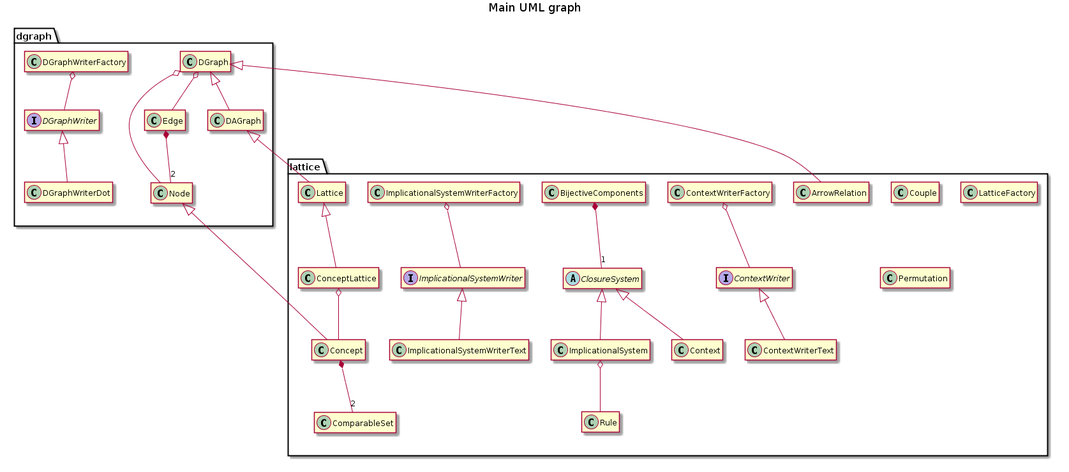
Earlier version of the PlantUML export api/UML.png (EstrellaRL/java-lattices).
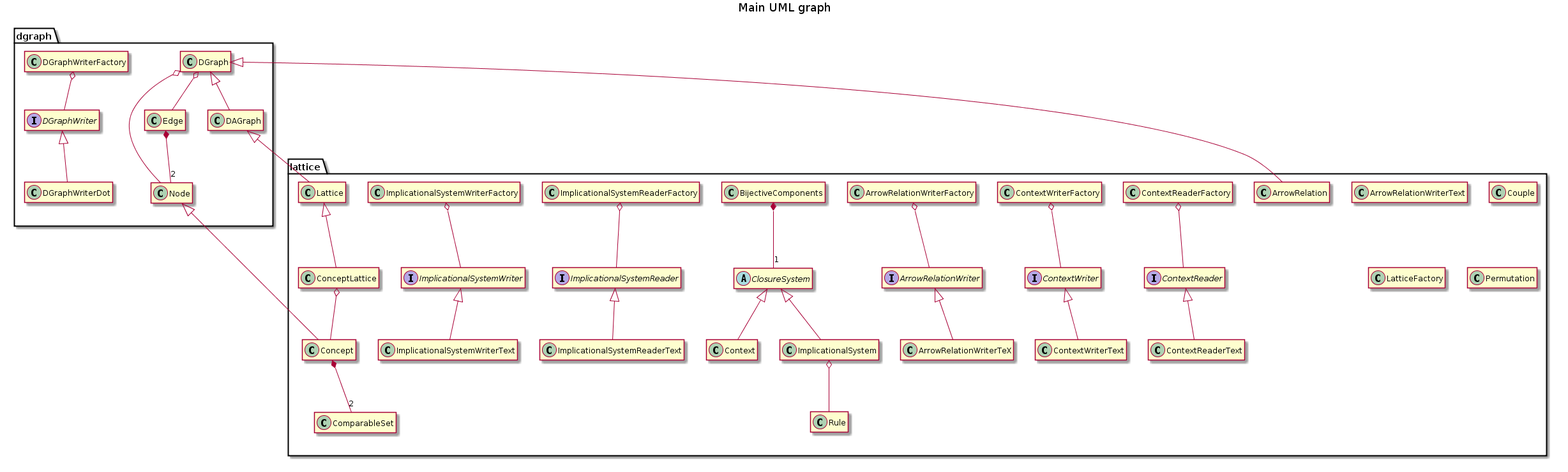
After the commit.

Change to the diagram source:
```diff
@@ -74,6 +74,16 @@
     }
 }
 package dgraph {
+    class DGraphWriterFactory {
+    	-{static}HashMap<String, DGraphWriter> writers
+        +{static}DGraphWriter register(DGraphWriter writer, String extension)
+        +{static}DGraphWriter unregister(String extension)
+        +{static}DGraphWriter get(String extension)
+    }
+
+    DGraphWriterFactory o-- DGraphWriter
+}
+package dgraph {
     class DGraphWriterDot {
     	-{static}DGraphWriterDot instance
         +void write(DGraph graph, BufferedWriter file)
@@ -82,16 +92,6 @@
     }
 
     DGraphWriter <|-- DGraphWriterDot
-}
-package dgraph {
-    class DGraphWriterFactory {
-    	-{static}HashMap<String, DGraphWriter> writers
-        +{static}DGraphWriter register(DGraphWriter writer, String extension)
-        +{static}DGraphWriter unregister(String extension)
-        +{static}DGraphWriter get(String extension)
-    }
-
-    DGraphWriterFactory o-- DGraphWriter
 }
 package dgraph {
     class Edge {
@@ -333,6 +333,36 @@
     ClosureSystem <|-- Context
 }
 package lattice {
+    interface ContextReader {
+        +void read(Context context, BufferedReader file)
+    }
+}
+package lattice {
+    class ContextReaderFactory {
+    	-{static}HashMap<String, ContextReader> readers
+        +{static}ContextReader register(ContextReader reader, String extension)
+        +{static}ContextReader unregister(String extension)
+        +{static}ContextReader get(String extension)
+    }
+
+    ContextReaderFactory o-- ContextReader
+}
+package lattice {
+    class ContextReaderText {
+    	-{static}ContextReaderText instance
+        +void read(Context context, BufferedReader file)
+        +{static}ContextReaderText getInstance()
+        +{static}void register()
+    }
+
+    ContextReader <|-- ContextReaderText
+}
+package lattice {
+    interface ContextWriter {
+        +void write(Context context, BufferedWriter file)
+    }
+}
+package lattice {
     class ContextWriterFactory {
     	-{static}HashMap<String, ContextWriter> writers
         +{static}ContextWriter register(ContextWriter writer, String extension)
@@ -341,11 +371,6 @@
     }
 
     ContextWriterFactory o-- ContextWriter
-}
-package lattice {
-    interface ContextWriter {
-        +void write(Context context, BufferedWriter file)
-    }
 }
 package lattice {
     class ContextWriterText {
@@ -366,6 +391,31 @@
     }
 
     DGraph <|-- ArrowRelation
+}
+package lattice {
+    interface ArrowRelationWriter {
+        +void write(ArrowRelation arrow, BufferedWriter file)
+    }
+}
+package lattice {
+    class ArrowRelationWriterFactory {
+    	-{static}HashMap<String, ArrowRelationWriter> writers
+        +{static}ArrowRelationWriter register(ArrowRelationWriter writer, String extension)
+        +{static}ArrowRelationWriter unregister(String extension)
+        +{static}ArrowRelationWriter get(String extension)
+    }
+
+    ArrowRelationWriterFactory o-- ArrowRelationWriter
+}
+package lattice {
+    class ArrowRelationWriterText {
+    	-{static}ArrowRelationWriterTeX instance
+        +void write(ArrowRelation arrow, BufferedWriter file)
+        +{static}ArrowRelationWriterTeX getInstance()
+        +{static}void register()
+    }
+
+    ArrowRelationWriter <|-- ArrowRelationWriterTeX
 }
 package lattice {
     class ClosureSystem {
@@ -553,6 +603,31 @@
 }
 
 package lattice {
+    interface ImplicationalSystemReader {
+        +void read(ImplicationalSystem system, BufferedReader file)
+    }
+}
+package lattice {
+    class ImplicationalSystemReaderFactory {
+    	-{static}HashMap<String, ImplicationalSystemReader> readers
+        +{static}ImplicationalSystemReader register(ImplicationalSystemReader reader, String extension)
+        +{static}ImplicationalSystemReader unregister(String extension)
+        +{static}ImplicationalSystemReader get(String extension)
+    }
+
+    ImplicationalSystemReaderFactory o-- ImplicationalSystemReader
+}
+package lattice {
+    class ImplicationalSystemReaderText {
+    	-{static}ImplicationalSystemReaderText instance
+        +void read(ImplicationalSystem system, BufferedReader file)
+        +{static}ImplicationalSystemReaderText getInstance()
+        +{static}void register()
+    }
+
+    ImplicationalSystemReader <|-- ImplicationalSystemReaderText
+}
+package lattice {
     interface ImplicationalSystemWriter {
         +void write(ImplicationalSystem system, BufferedWriter file)
     }
```
